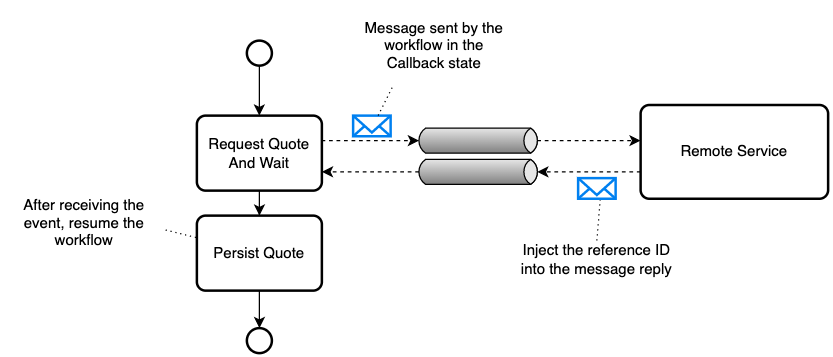
Earlier version of the draw.io export serverlessworkflow/modules/ROOT/assets/images/eventing/callbacks-explained.png (apache/incubator-kie-kogito-docs). Source tidied: cells renumbered, new cells last; positions are measured from the earlier drawing's top-left corner, leaving out a move shared by most shapes.
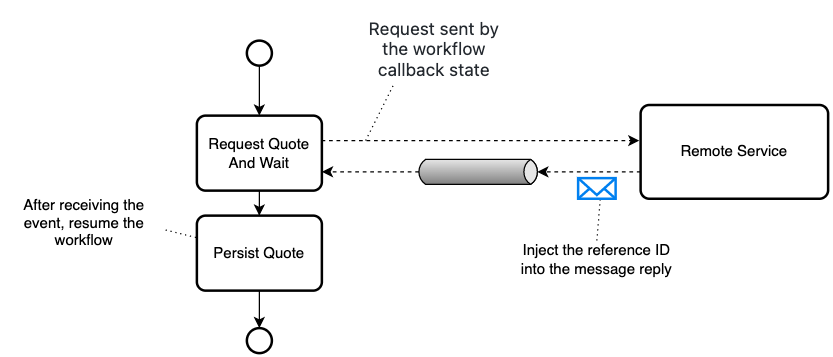
Above is the later version.

Commit message:
Fix diagram to reflect that a callback state can send async or sync requests

What changed in the source:
```diff
@@ -17,27 +17,21 @@
     <mxCell id="6" style="endArrow=classic;html=1;rounded=0;exitX=0.5;exitY=1;exitDx=0;exitDy=0;exitPerimeter=0;entryX=0.5;entryY=0;entryDx=0;entryDy=0;" parent="1" edge="1" source="2" target="4">
       <mxGeometry relative="1" as="geometry" />
     </mxCell>
-    <mxCell id="7" style="strokeWidth=1;outlineConnect=0;dashed=0;align=center;fontSize=8;shape=mxgraph.eip.messageChannel;html=1;verticalLabelPosition=bottom;verticalAlign=top;" parent="1" vertex="1">
-      <mxGeometry x="330" y="85" width="100" height="20" as="geometry" />
-    </mxCell>
     <mxCell id="8" style="strokeWidth=1;outlineConnect=0;dashed=0;align=center;fontSize=8;shape=mxgraph.eip.messageChannel;html=1;verticalLabelPosition=bottom;verticalAlign=top;" parent="1" vertex="1">
       <mxGeometry x="330" y="110" width="100" height="20" as="geometry" />
     </mxCell>
-    <mxCell id="9" style="endArrow=classic;html=1;rounded=0;strokeColor=default;exitX=0.997;exitY=0.333;exitDx=0;exitDy=0;entryX=0;entryY=0.5;entryDx=2.7;entryDy=0;entryPerimeter=0;exitPerimeter=0;dashed=1;" parent="1" edge="1" source="4" target="7">
+    <mxCell id="9" style="endArrow=classic;html=1;rounded=0;strokeColor=default;exitX=0.997;exitY=0.333;exitDx=0;exitDy=0;entryX=-0.007;entryY=0.38;entryDx=0;entryDy=0;entryPerimeter=0;exitPerimeter=0;dashed=1;" parent="1" edge="1" source="4" target="16">
       <mxGeometry relative="1" as="geometry" />
     </mxCell>
     <mxCell id="10" style="endArrow=classic;html=1;rounded=0;strokeColor=default;exitX=0;exitY=0.5;exitDx=2.7;exitDy=0;entryX=1;entryY=0.75;entryDx=0;entryDy=0;exitPerimeter=0;dashed=1;" parent="1" edge="1" source="8" target="4">
       <mxGeometry relative="1" as="geometry" />
     </mxCell>
-    <mxCell id="11" style="html=1;verticalLabelPosition=bottom;align=center;labelBackgroundColor=#ffffff;verticalAlign=top;strokeWidth=2;strokeColor=#0080F0;shadow=0;dashed=0;shape=mxgraph.ios7.icons.mail;" parent="1" vertex="1">
-      <mxGeometry x="280" y="75" width="30" height="16.5" as="geometry" />
-    </mxCell>
-    <mxCell id="12" value="&lt;p&gt;Message sent by the workflow in the Callback state&lt;/p&gt;" style="text;html=1;strokeColor=none;fillColor=none;spacing=5;spacingTop=-20;whiteSpace=wrap;overflow=hidden;rounded=0;align=center;dashed=1;verticalAlign=middle;" parent="1" vertex="1">
+    <mxCell id="12" value="&lt;p&gt;&lt;span style=&quot;color: rgb(36, 41, 47); font-family: -apple-system, &amp;quot;system-ui&amp;quot;, &amp;quot;Segoe UI&amp;quot;, Helvetica, Arial, sans-serif, &amp;quot;Apple Color Emoji&amp;quot;, &amp;quot;Segoe UI Emoji&amp;quot;; font-size: 14px; text-align: start; background-color: rgb(255, 255, 255);&quot;&gt;Request sent by the workflow callback state&lt;/span&gt;&lt;br&gt;&lt;/p&gt;" style="text;html=1;strokeColor=none;fillColor=none;spacing=5;spacingTop=-20;whiteSpace=wrap;overflow=hidden;rounded=0;align=center;dashed=1;verticalAlign=middle;" parent="1" vertex="1">
       <mxGeometry x="280" width="130" height="50" as="geometry" />
     </mxCell>
     <mxCell id="13" style="endArrow=none;dashed=1;html=1;dashPattern=1 3;strokeWidth=1;rounded=0;strokeColor=default;entryX=0.25;entryY=1;entryDx=0;entryDy=0;" parent="1" edge="1" target="12">
       <mxGeometry relative="1" as="geometry">
-        <mxPoint x="300" y="75" as="sourcePoint" />
+        <mxPoint x="290" y="95" as="sourcePoint" />
       </mxGeometry>
     </mxCell>
     <mxCell id="14" value="&lt;p&gt;Inject the reference ID into the message reply&lt;/p&gt;" style="text;html=1;strokeColor=none;fillColor=none;spacing=5;spacingTop=-20;whiteSpace=wrap;overflow=hidden;rounded=0;align=center;dashed=1;verticalAlign=middle;" parent="1" vertex="1">
@@ -49,11 +43,6 @@
     <mxCell id="16" value="Remote Service" style="rounded=1;whiteSpace=wrap;html=1;absoluteArcSize=1;arcSize=14;strokeWidth=2;strokeColor=default;" parent="1" vertex="1">
       <mxGeometry x="510" y="66.5" width="150" height="75" as="geometry" />
     </mxCell>
-    <mxCell id="17" style="endArrow=classic;html=1;rounded=0;strokeColor=default;dashed=1;exitX=1;exitY=0.5;exitDx=-2.7;exitDy=0;exitPerimeter=0;" parent="1" edge="1" source="7">
-      <mxGeometry relative="1" as="geometry">
-        <mxPoint x="510" y="95" as="targetPoint" />
-      </mxGeometry>
-    </mxCell>
     <mxCell id="18" style="endArrow=classic;html=1;rounded=0;strokeColor=default;entryX=1;entryY=0.5;entryDx=-2.7;entryDy=0;dashed=1;entryPerimeter=0;" parent="1" edge="1" target="8">
       <mxGeometry relative="1" as="geometry">
         <mxPoint x="510" y="120" as="sourcePoint" />
```
